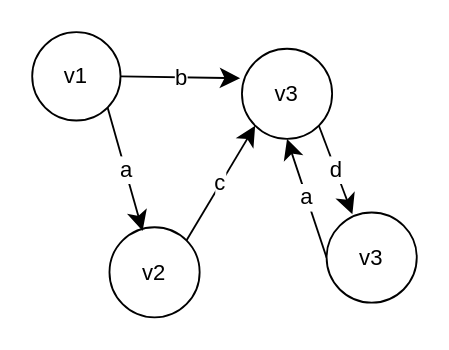
This is Untitled Diagram.drawio from olliglorioso/datasets, a draw.io file, before an edit. Source tidied: cells renumbered, new cells numbered last; positions are measured from the earlier drawing's top-left corner, leaving out a move shared by most shapes. Both pictures are drawn from the tidied source at 184%, with x=0, y=0 at pixel (31, 31).
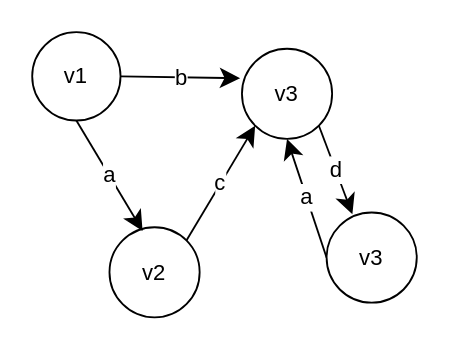
Above is the later version.

The edit, as a diff of the source:
```diff
@@
 <mxGraphModel>
   <root>
     <mxCell id="0" />
     <mxCell id="1" parent="0" />
     <mxCell id="2" value="v1" style="ellipse;whiteSpace=wrap;html=1;" parent="1" vertex="1">
       <mxGeometry width="48" height="48" as="geometry" />
     </mxCell>
     <mxCell id="3" value="c" style="edgeStyle=none;curved=1;rounded=0;jettySize=auto;html=1;exitX=1;exitY=0;exitDx=0;exitDy=0;entryX=0;entryY=1;entryDx=0;entryDy=0;fontSize=12;startSize=8;endSize=8;" parent="1" edge="1" source="4" target="5">
       <mxGeometry relative="1" as="geometry" />
     </mxCell>
     <mxCell id="4" value="v2" style="ellipse;whiteSpace=wrap;html=1;" parent="1" vertex="1">
       <mxGeometry x="42" y="106" width="49" height="49" as="geometry" />
     </mxCell>
     <mxCell id="5" value="v3" style="ellipse;whiteSpace=wrap;html=1;" parent="1" vertex="1">
       <mxGeometry x="114" y="9" width="49" height="49" as="geometry" />
     </mxCell>
     <mxCell id="6" value="a" style="edgeStyle=none;curved=1;rounded=0;jettySize=auto;html=1;exitX=0;exitY=0.5;exitDx=0;exitDy=0;entryX=0.5;entryY=1;entryDx=0;entryDy=0;fontSize=12;startSize=8;endSize=8;" parent="1" edge="1" source="7" target="5">
       <mxGeometry relative="1" as="geometry" />
     </mxCell>
     <mxCell id="7" value="v3" style="ellipse;whiteSpace=wrap;html=1;" parent="1" vertex="1">
       <mxGeometry x="160" y="98" width="49" height="49" as="geometry" />
     </mxCell>
-    <mxCell id="8" value="a" style="edgeStyle=none;curved=1;rounded=0;jettySize=auto;html=1;exitX=1;exitY=1;exitDx=0;exitDy=0;entryX=0.367;entryY=0.041;entryDx=0;entryDy=0;entryPerimeter=0;fontSize=12;startSize=8;endSize=8;" parent="1" edge="1" source="2" target="4">
+    <mxCell id="8" value="a" style="edgeStyle=none;curved=1;rounded=0;jettySize=auto;html=1;exitX=0.5;exitY=1;exitDx=0;exitDy=0;entryX=0.367;entryY=0.041;entryDx=0;entryDy=0;entryPerimeter=0;fontSize=12;startSize=8;endSize=8;" parent="1" edge="1" source="2" target="4">
       <mxGeometry relative="1" as="geometry" />
     </mxCell>
     <mxCell id="9" value="d" style="edgeStyle=none;curved=1;rounded=0;jettySize=auto;html=1;exitX=1;exitY=1;exitDx=0;exitDy=0;entryX=0.286;entryY=0.02;entryDx=0;entryDy=0;entryPerimeter=0;fontSize=12;startSize=8;endSize=8;" parent="1" edge="1" source="5" target="7">
       <mxGeometry relative="1" as="geometry" />
     </mxCell>
     <mxCell id="10" value="b" style="edgeStyle=none;curved=1;rounded=0;jettySize=auto;html=1;exitX=1;exitY=0.5;exitDx=0;exitDy=0;entryX=-0.02;entryY=0.327;entryDx=0;entryDy=0;entryPerimeter=0;fontSize=12;startSize=8;endSize=8;" parent="1" edge="1" source="2" target="5">
       <mxGeometry relative="1" as="geometry" />
     </mxCell>
   </root>
 </mxGraphModel>
```
